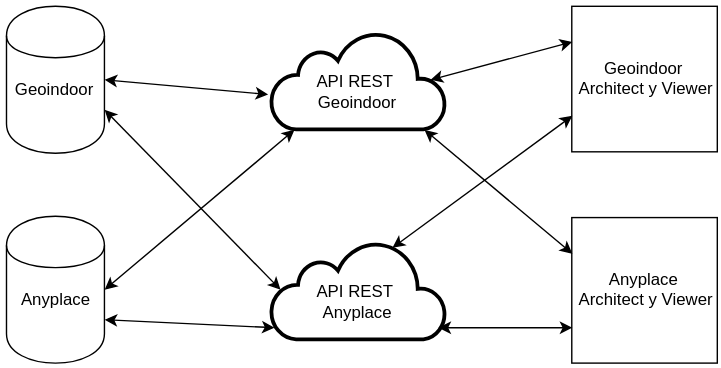
Earlier version of the draw.io export Despliegue Geoindoor/Despliegue_Geoindoor.svg (jsdelivrbot/geo-indoor). Source tidied: cells renumbered, new cells last; positions are measured from the earlier drawing's top-left corner, leaving out a move shared by most shapes. The source it was exported from:
```xml
<mxGraphModel background="#ffffff">
  <root>
    <mxCell id="0" />
    <mxCell id="1" parent="0" />
    <mxCell id="2" value="&lt;div&gt;&lt;br&gt;&lt;/div&gt;Anyplace" style="shape=cylinder;whiteSpace=wrap;html=1;" parent="1" vertex="1">
      <mxGeometry y="150" width="70" height="105" as="geometry" />
    </mxCell>
    <mxCell id="3" value="&lt;div&gt;&lt;br&gt;&lt;/div&gt;Geoindoor" style="shape=cylinder;whiteSpace=wrap;html=1;" parent="1" vertex="1">
      <mxGeometry width="70" height="105" as="geometry" />
    </mxCell>
    <mxCell id="4" value="Geoindoor&lt;div&gt;&amp;nbsp;Architect y Viewer&lt;/div&gt;" style="whiteSpace=wrap;html=1;" parent="1" vertex="1">
      <mxGeometry x="404" width="104" height="104" as="geometry" />
    </mxCell>
    <mxCell id="5" value="Anyplace&lt;div&gt;&lt;span&gt;&amp;nbsp;Architect y Viewer&lt;/span&gt;&lt;/div&gt;" style="whiteSpace=wrap;html=1;" parent="1" vertex="1">
      <mxGeometry x="404" y="151" width="104" height="104" as="geometry" />
    </mxCell>
    <mxCell id="6" value="&lt;div&gt;&lt;font color=&quot;#000000&quot;&gt;&lt;br&gt;&lt;/font&gt;&lt;/div&gt;&lt;font color=&quot;#000000&quot;&gt;API REST&amp;nbsp;&lt;/font&gt;&lt;div&gt;&lt;font color=&quot;#000000&quot;&gt;Geoindoor&lt;/font&gt;&lt;/div&gt;" style="html=1;fillColor=#ffffff;strokeColor=#000000;gradientDirection=north;strokeWidth=2;shape=mxgraph.networks.cloud;fontColor=#ffffff;" parent="1" vertex="1">
      <mxGeometry x="189" y="18" width="125" height="70" as="geometry" />
    </mxCell>
    <mxCell id="7" value="&lt;div&gt;&lt;font color=&quot;#000000&quot;&gt;&lt;br&gt;&lt;/font&gt;&lt;/div&gt;&lt;font color=&quot;#000000&quot;&gt;API REST&amp;nbsp;&lt;/font&gt;&lt;div&gt;&lt;font color=&quot;#000000&quot;&gt;Anyplace&lt;/font&gt;&lt;/div&gt;" style="html=1;fillColor=#ffffff;strokeColor=#000000;gradientDirection=north;strokeWidth=2;shape=mxgraph.networks.cloud;fontColor=#ffffff;" parent="1" vertex="1">
      <mxGeometry x="189" y="168" width="125" height="70" as="geometry" />
    </mxCell>
    <mxCell id="8" style="endArrow=classic;startArrow=classic;html=1;exitX=1;exitY=0.5;" parent="1" edge="1" source="3">
      <mxGeometry relative="1" as="geometry">
        <mxPoint x="187" y="63" as="targetPoint" />
      </mxGeometry>
    </mxCell>
    <mxCell id="9" style="endArrow=classic;startArrow=classic;html=1;exitX=1;exitY=0.7;entryX=0.023;entryY=0.885;entryPerimeter=0;" parent="1" edge="1" source="2" target="7">
      <mxGeometry relative="1" as="geometry" />
    </mxCell>
    <mxCell id="10" style="endArrow=classic;startArrow=classic;html=1;exitX=1;exitY=0.5;entryX=0.14;entryY=1;entryPerimeter=0;" parent="1" edge="1" source="2" target="6">
      <mxGeometry relative="1" as="geometry" />
    </mxCell>
    <mxCell id="11" style="endArrow=classic;startArrow=classic;html=1;exitX=1;exitY=0.7;entryX=0.06;entryY=0.5;entryPerimeter=0;" parent="1" edge="1" source="3" target="7">
      <mxGeometry relative="1" as="geometry" />
    </mxCell>
    <mxCell id="12" style="endArrow=classic;startArrow=classic;html=1;exitX=0;exitY=0.25;entryX=0.88;entryY=1;entryPerimeter=0;" parent="1" edge="1" source="5" target="6">
      <mxGeometry relative="1" as="geometry" />
    </mxCell>
    <mxCell id="13" style="endArrow=classic;startArrow=classic;html=1;entryX=0;entryY=0.75;exitX=0.7;exitY=0.07;exitPerimeter=0;" parent="1" edge="1" source="7" target="4">
      <mxGeometry relative="1" as="geometry" />
    </mxCell>
    <mxCell id="14" style="endArrow=classic;startArrow=classic;html=1;exitX=0.91;exitY=0.5;exitPerimeter=0;entryX=0;entryY=0.25;" parent="1" edge="1" source="6" target="4">
      <mxGeometry relative="1" as="geometry" />
    </mxCell>
    <mxCell id="15" style="endArrow=classic;startArrow=classic;html=1;entryX=0;entryY=0.75;exitX=0.96;exitY=0.885;exitPerimeter=0;" parent="1" edge="1" source="7" target="5">
      <mxGeometry relative="1" as="geometry" />
    </mxCell>
  </root>
</mxGraphModel>
```
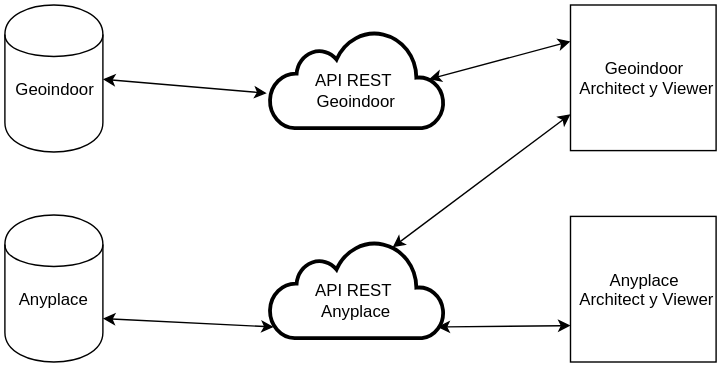
The same diagram one commit later.

Commit message:
Actualización del diagrama de despliegue #20

Diff of the diagram source:
```diff
@@ -28,15 +28,6 @@
     <mxCell id="9" style="endArrow=classic;startArrow=classic;html=1;exitX=1;exitY=0.7;entryX=0.023;entryY=0.885;entryPerimeter=0;" parent="1" edge="1" source="2" target="7">
       <mxGeometry relative="1" as="geometry" />
     </mxCell>
-    <mxCell id="10" style="endArrow=classic;startArrow=classic;html=1;exitX=1;exitY=0.5;entryX=0.14;entryY=1;entryPerimeter=0;" parent="1" edge="1" source="2" target="6">
-      <mxGeometry relative="1" as="geometry" />
-    </mxCell>
-    <mxCell id="11" style="endArrow=classic;startArrow=classic;html=1;exitX=1;exitY=0.7;entryX=0.06;entryY=0.5;entryPerimeter=0;" parent="1" edge="1" source="3" target="7">
-      <mxGeometry relative="1" as="geometry" />
-    </mxCell>
-    <mxCell id="12" style="endArrow=classic;startArrow=classic;html=1;exitX=0;exitY=0.25;entryX=0.88;entryY=1;entryPerimeter=0;" parent="1" edge="1" source="5" target="6">
-      <mxGeometry relative="1" as="geometry" />
-    </mxCell>
     <mxCell id="13" style="endArrow=classic;startArrow=classic;html=1;entryX=0;entryY=0.75;exitX=0.7;exitY=0.07;exitPerimeter=0;" parent="1" edge="1" source="7" target="4">
       <mxGeometry relative="1" as="geometry" />
     </mxCell>
```
